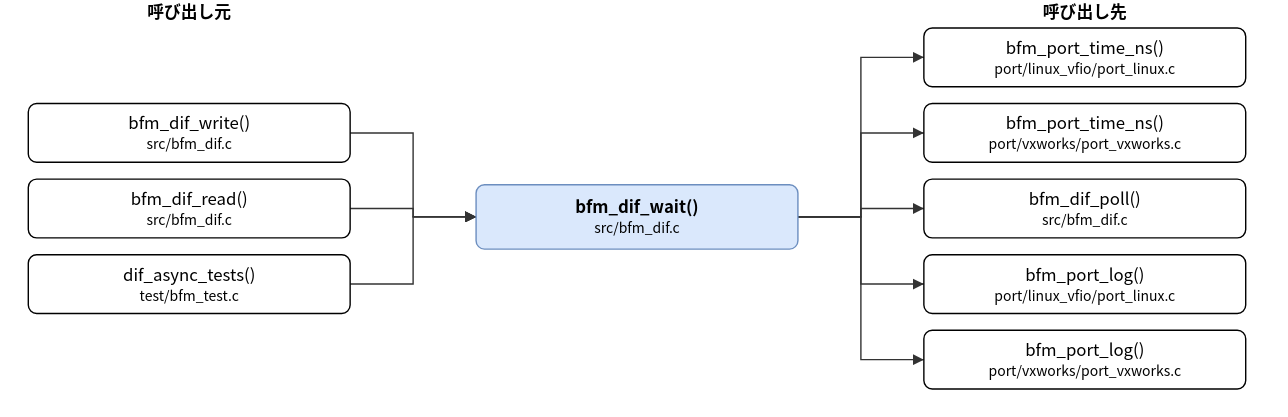
Earlier version of the draw.io export doc/spec/images/call_src_bfm_dif-bfm_dif_wait.drawio.svg (hf355051012-ai/bfmem). Source tidied: cells renumbered, new cells last; positions are measured from the earlier drawing's top-left corner, leaving out a move shared by most shapes.
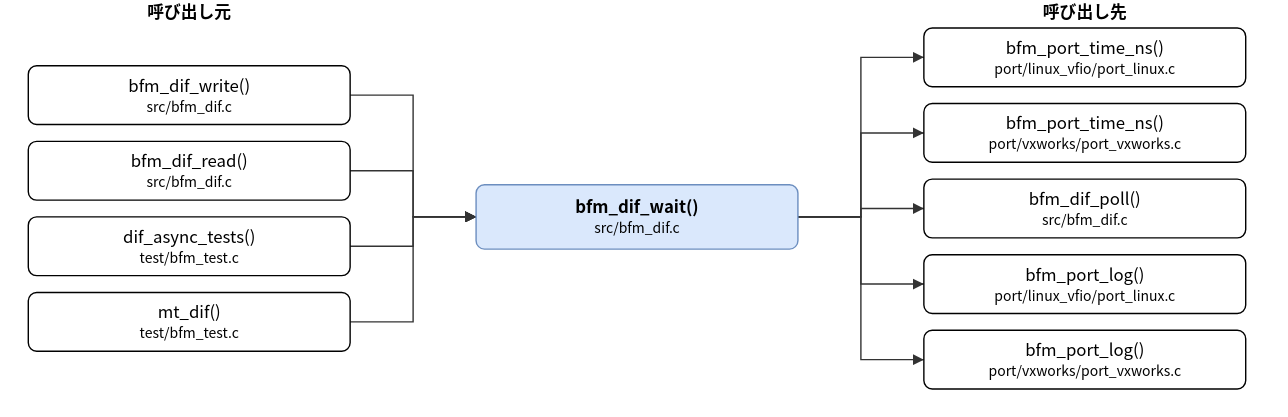
The same diagram one commit later.

The edit, as a diff of the source:
```diff
@@ -6,14 +6,17 @@
       <mxGeometry x="320" y="132" width="230" height="46" as="geometry" />
     </mxCell>
     <mxCell id="3" value="bfm_dif_write()&lt;br&gt;&lt;font style=&quot;font-size:10px&quot;&gt;src/bfm_dif.c&lt;/font&gt;" style="rounded=1;whiteSpace=wrap;html=1;" parent="1" vertex="1">
-      <mxGeometry y="74" width="230" height="42" as="geometry" />
+      <mxGeometry y="47" width="230" height="42" as="geometry" />
     </mxCell>
     <mxCell id="4" value="bfm_dif_read()&lt;br&gt;&lt;font style=&quot;font-size:10px&quot;&gt;src/bfm_dif.c&lt;/font&gt;" style="rounded=1;whiteSpace=wrap;html=1;" parent="1" vertex="1">
-      <mxGeometry y="128" width="230" height="42" as="geometry" />
+      <mxGeometry y="101" width="230" height="42" as="geometry" />
     </mxCell>
     <mxCell id="5" value="dif_async_tests()&lt;br&gt;&lt;font style=&quot;font-size:10px&quot;&gt;test/bfm_test.c&lt;/font&gt;" style="rounded=1;whiteSpace=wrap;html=1;" parent="1" vertex="1">
-      <mxGeometry y="182" width="230" height="42" as="geometry" />
+      <mxGeometry y="155" width="230" height="42" as="geometry" />
     </mxCell>
+    <mxCell id="21" value="mt_dif()&lt;br&gt;&lt;font style=&quot;font-size:10px&quot;&gt;test/bfm_test.c&lt;/font&gt;" style="rounded=1;whiteSpace=wrap;html=1;" parent="1" vertex="1">
+      <mxGeometry y="209" width="230" height="42" as="geometry" />
+    </mxCell>
     <mxCell id="6" value="bfm_port_time_ns()&lt;br&gt;&lt;font style=&quot;font-size:10px&quot;&gt;port/linux_vfio/port_linux.c&lt;/font&gt;" style="rounded=1;whiteSpace=wrap;html=1;" parent="1" vertex="1">
       <mxGeometry x="640" y="20" width="230" height="42" as="geometry" />
     </mxCell>
@@ -32,7 +35,7 @@
     <mxCell id="11" style="edgeStyle=none;html=1;rounded=0;endArrow=block;endFill=1;exitX=1.0000;exitY=0.5000;exitDx=0;exitDy=0;exitPerimeter=0;entryX=0.0000;entryY=0.5000;entryDx=0;entryDy=0;entryPerimeter=0;" parent="1" edge="1" source="3" target="2">
       <mxGeometry relative="1" as="geometry">
         <Array as="points">
-          <mxPoint x="275" y="95" />
+          <mxPoint x="275" y="68" />
           <mxPoint x="275" y="155" />
         </Array>
       </mxGeometry>
@@ -40,7 +43,7 @@
     <mxCell id="12" style="edgeStyle=none;html=1;rounded=0;endArrow=block;endFill=1;exitX=1.0000;exitY=0.5000;exitDx=0;exitDy=0;exitPerimeter=0;entryX=0.0000;entryY=0.5000;entryDx=0;entryDy=0;entryPerimeter=0;" parent="1" edge="1" source="4" target="2">
       <mxGeometry relative="1" as="geometry">
         <Array as="points">
-          <mxPoint x="275" y="149" />
+          <mxPoint x="275" y="122" />
           <mxPoint x="275" y="155" />
         </Array>
       </mxGeometry>
@@ -48,51 +51,59 @@
     <mxCell id="13" style="edgeStyle=none;html=1;rounded=0;endArrow=block;endFill=1;exitX=1.0000;exitY=0.5000;exitDx=0;exitDy=0;exitPerimeter=0;entryX=0.0000;entryY=0.5000;entryDx=0;entryDy=0;entryPerimeter=0;" parent="1" edge="1" source="5" target="2">
       <mxGeometry relative="1" as="geometry">
         <Array as="points">
-          <mxPoint x="275" y="203" />
+          <mxPoint x="275" y="176" />
           <mxPoint x="275" y="155" />
         </Array>
       </mxGeometry>
     </mxCell>
-    <mxCell id="14" style="edgeStyle=none;html=1;rounded=0;endArrow=block;endFill=1;exitX=1.0000;exitY=0.5000;exitDx=0;exitDy=0;exitPerimeter=0;entryX=0.0000;entryY=0.5000;entryDx=0;entryDy=0;entryPerimeter=0;" parent="1" edge="1" source="2" target="6">
+    <mxCell id="14" style="edgeStyle=none;html=1;rounded=0;endArrow=block;endFill=1;exitX=1.0000;exitY=0.5000;exitDx=0;exitDy=0;exitPerimeter=0;entryX=0.0000;entryY=0.5000;entryDx=0;entryDy=0;entryPerimeter=0;" parent="1" edge="1" source="21" target="2">
       <mxGeometry relative="1" as="geometry">
         <Array as="points">
-          <mxPoint x="595" y="155" />
-          <mxPoint x="595" y="41" />
+          <mxPoint x="275" y="230" />
+          <mxPoint x="275" y="155" />
         </Array>
       </mxGeometry>
     </mxCell>
-    <mxCell id="15" style="edgeStyle=none;html=1;rounded=0;endArrow=block;endFill=1;exitX=1.0000;exitY=0.5000;exitDx=0;exitDy=0;exitPerimeter=0;entryX=0.0000;entryY=0.5000;entryDx=0;entryDy=0;entryPerimeter=0;" parent="1" edge="1" source="2" target="7">
+    <mxCell id="15" style="edgeStyle=none;html=1;rounded=0;endArrow=block;endFill=1;exitX=1.0000;exitY=0.5000;exitDx=0;exitDy=0;exitPerimeter=0;entryX=0.0000;entryY=0.5000;entryDx=0;entryDy=0;entryPerimeter=0;" parent="1" edge="1" source="2" target="6">
       <mxGeometry relative="1" as="geometry">
         <Array as="points">
           <mxPoint x="595" y="155" />
-          <mxPoint x="595" y="95" />
+          <mxPoint x="595" y="41" />
         </Array>
       </mxGeometry>
     </mxCell>
-    <mxCell id="16" style="edgeStyle=none;html=1;rounded=0;endArrow=block;endFill=1;exitX=1.0000;exitY=0.5000;exitDx=0;exitDy=0;exitPerimeter=0;entryX=0.0000;entryY=0.5000;entryDx=0;entryDy=0;entryPerimeter=0;" parent="1" edge="1" source="2" target="8">
+    <mxCell id="16" style="edgeStyle=none;html=1;rounded=0;endArrow=block;endFill=1;exitX=1.0000;exitY=0.5000;exitDx=0;exitDy=0;exitPerimeter=0;entryX=0.0000;entryY=0.5000;entryDx=0;entryDy=0;entryPerimeter=0;" parent="1" edge="1" source="2" target="7">
       <mxGeometry relative="1" as="geometry">
         <Array as="points">
           <mxPoint x="595" y="155" />
-          <mxPoint x="595" y="149" />
+          <mxPoint x="595" y="95" />
         </Array>
       </mxGeometry>
     </mxCell>
-    <mxCell id="17" style="edgeStyle=none;html=1;rounded=0;endArrow=block;endFill=1;exitX=1.0000;exitY=0.5000;exitDx=0;exitDy=0;exitPerimeter=0;entryX=0.0000;entryY=0.5000;entryDx=0;entryDy=0;entryPerimeter=0;" parent="1" edge="1" source="2" target="9">
+    <mxCell id="17" style="edgeStyle=none;html=1;rounded=0;endArrow=block;endFill=1;exitX=1.0000;exitY=0.5000;exitDx=0;exitDy=0;exitPerimeter=0;entryX=0.0000;entryY=0.5000;entryDx=0;entryDy=0;entryPerimeter=0;" parent="1" edge="1" source="2" target="8">
       <mxGeometry relative="1" as="geometry">
         <Array as="points">
           <mxPoint x="595" y="155" />
-          <mxPoint x="595" y="203" />
+          <mxPoint x="595" y="149" />
         </Array>
       </mxGeometry>
     </mxCell>
-    <mxCell id="18" style="edgeStyle=none;html=1;rounded=0;endArrow=block;endFill=1;exitX=1.0000;exitY=0.5000;exitDx=0;exitDy=0;exitPerimeter=0;entryX=0.0000;entryY=0.5000;entryDx=0;entryDy=0;entryPerimeter=0;" parent="1" edge="1" source="2" target="10">
+    <mxCell id="18" style="edgeStyle=none;html=1;rounded=0;endArrow=block;endFill=1;exitX=1.0000;exitY=0.5000;exitDx=0;exitDy=0;exitPerimeter=0;entryX=0.0000;entryY=0.5000;entryDx=0;entryDy=0;entryPerimeter=0;" parent="1" edge="1" source="2" target="9">
       <mxGeometry relative="1" as="geometry">
         <Array as="points">
           <mxPoint x="595" y="155" />
-          <mxPoint x="595" y="257" />
+          <mxPoint x="595" y="203" />
         </Array>
       </mxGeometry>
     </mxCell>
+    <mxCell id="22" style="edgeStyle=none;html=1;rounded=0;endArrow=block;endFill=1;exitX=1.0000;exitY=0.5000;exitDx=0;exitDy=0;exitPerimeter=0;entryX=0.0000;entryY=0.5000;entryDx=0;entryDy=0;entryPerimeter=0;" parent="1" edge="1" source="2" target="10">
+      <mxGeometry relative="1" as="geometry">
+        <Array as="points">
+          <mxPoint x="595" y="155" />
+          <mxPoint x="595" y="257" />
+        </Array>
+      </mxGeometry>
+    </mxCell>
     <mxCell id="19" value="呼び出し元" style="text;html=1;align=center;fontStyle=1;" parent="1" vertex="1">
       <mxGeometry x="35" width="160" height="18" as="geometry" />
     </mxCell>
```
